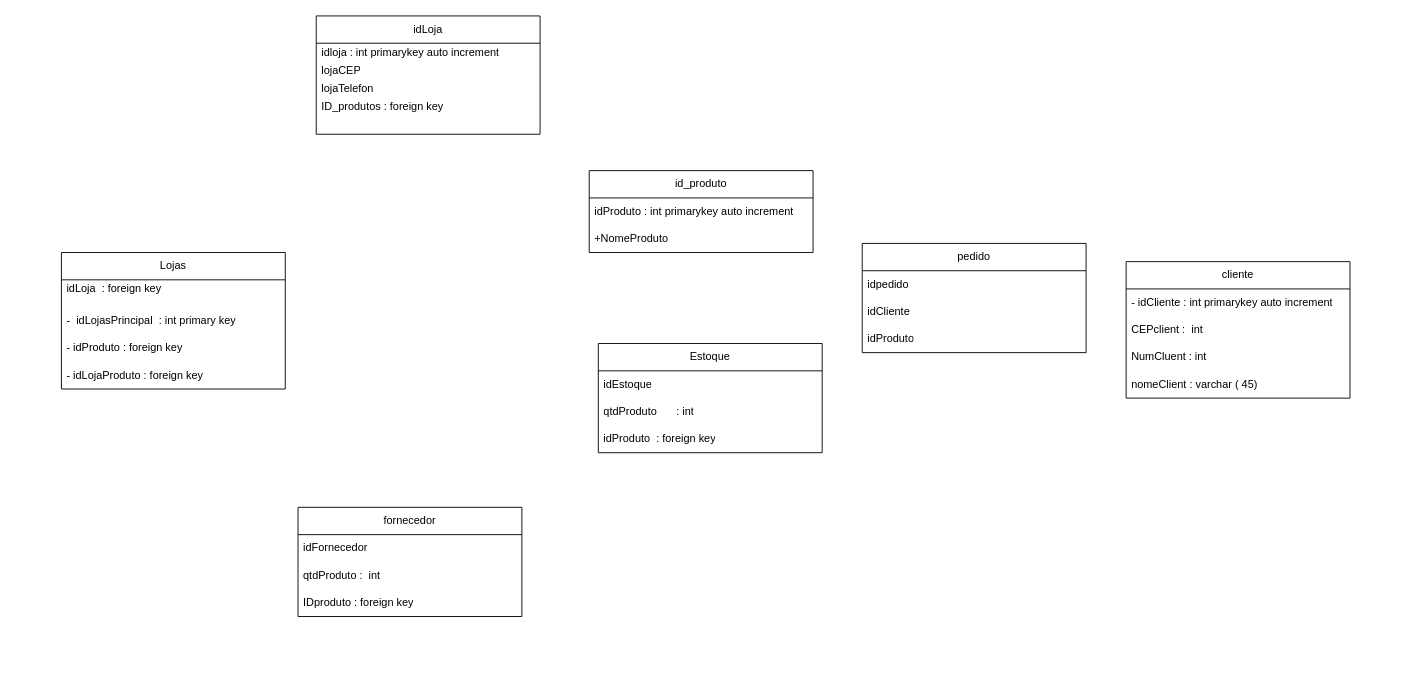
The draw.io diagram Diagrama sem nome.drawio in yNume/Draw.io2, before the edit. Source tidied: cells renumbered, new cells numbered last; positions are measured from the earlier drawing's top-left corner, leaving out a move shared by most shapes. Both pictures are drawn from the tidied source at 91%, with x=0, y=0 at pixel (61, 15).
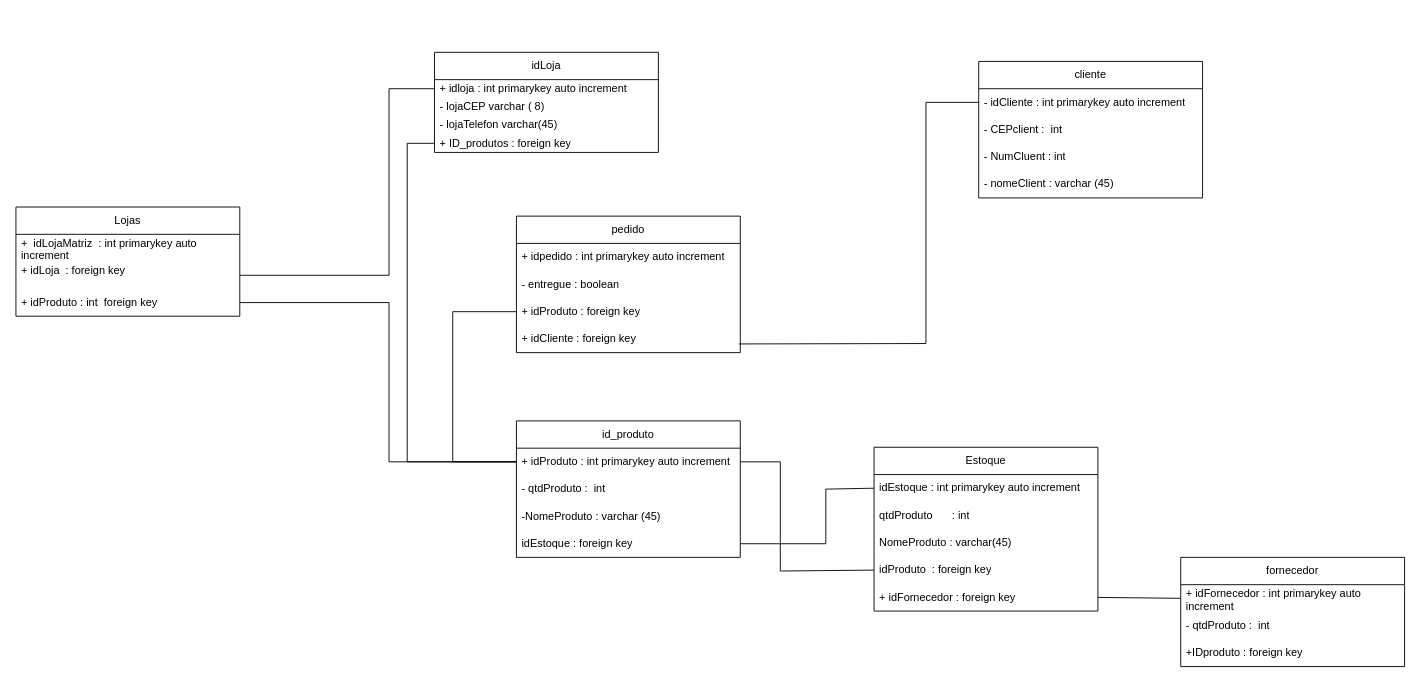
The same diagram, later.

Unchanged cells that the change refers to:
```xml
<mxCell id="21" value="- idCliente : int primarykey auto increment" style="text;strokeColor=none;fillColor=none;align=left;verticalAlign=middle;spacingLeft=4;spacingRight=4;overflow=hidden;points=[[0,0.5],[1,0.5]];portConstraint=eastwest;whiteSpace=wrap;html=1;" parent="20" vertex="1">
  <mxGeometry y="30" width="246" height="30" as="geometry" />
</mxCell>
```

The edit, as a diff of the source:
```diff
@@
     <mxCell id="2" value="Lojas" style="swimlane;fontStyle=0;horizontal=1;startSize=30;whiteSpace=wrap;html=1;" parent="1" vertex="1">
-      <mxGeometry y="260" width="246" height="150" as="geometry" />
+      <mxGeometry x="-50" y="210" width="246" height="120" as="geometry" />
     </mxCell>
+    <mxCell id="4" value="+&amp;nbsp; idLojaMatriz&amp;nbsp; : int primarykey auto increment" style="text;strokeColor=none;fillColor=none;align=left;verticalAlign=middle;spacingLeft=4;spacingRight=4;overflow=hidden;whiteSpace=wrap;html=1;" parent="2" vertex="1">
+      <mxGeometry y="30" width="246" height="30" as="geometry" />
+    </mxCell>
-    <mxCell id="3" value="idLoja&amp;nbsp; : foreign key&amp;nbsp;&lt;div&gt;&amp;nbsp;&lt;/div&gt;" style="text;strokeColor=none;fillColor=none;align=left;verticalAlign=middle;spacingLeft=4;spacingRight=4;overflow=hidden;points=[[0,0.5],[1,0.5]];portConstraint=eastwest;whiteSpace=wrap;html=1;" parent="2" vertex="1">
-      <mxGeometry y="30" width="246" height="30" as="geometry" />
+    <mxCell id="3" value="+ idLoja&amp;nbsp; : foreign key&amp;nbsp;&lt;div&gt;&amp;nbsp;&lt;/div&gt;" style="text;strokeColor=none;fillColor=none;align=left;verticalAlign=middle;spacingLeft=4;spacingRight=4;overflow=hidden;points=[[0,0.5],[1,0.5]];portConstraint=eastwest;whiteSpace=wrap;html=1;" parent="2" vertex="1">
+      <mxGeometry y="60" width="246" height="30" as="geometry" />
     </mxCell>
-    <mxCell id="4" value="-&amp;nbsp; idLojasPrincipal&amp;nbsp; : int primary key" style="text;strokeColor=none;fillColor=none;align=left;verticalAlign=middle;spacingLeft=4;spacingRight=4;overflow=hidden;whiteSpace=wrap;html=1;" parent="2" vertex="1">
-      <mxGeometry y="60" width="246" height="30" as="geometry" />
-    </mxCell>
-    <mxCell id="5" value="&lt;div&gt;&lt;span style=&quot;background-color: initial;&quot;&gt;- idProduto :&amp;nbsp;&lt;/span&gt;&lt;span style=&quot;background-color: initial;&quot;&gt;foreign key&lt;/span&gt;&lt;br&gt;&lt;/div&gt;" style="text;strokeColor=none;fillColor=none;align=left;verticalAlign=middle;spacingLeft=4;spacingRight=4;overflow=hidden;points=[[0,0.5],[1,0.5]];portConstraint=eastwest;whiteSpace=wrap;html=1;" parent="2" vertex="1">
+    <mxCell id="5" value="&lt;div&gt;&lt;span style=&quot;background-color: initial;&quot;&gt;+ idProduto : int&amp;nbsp;&amp;nbsp;&lt;/span&gt;&lt;span style=&quot;background-color: initial;&quot;&gt;foreign key&lt;/span&gt;&lt;br&gt;&lt;/div&gt;" style="text;strokeColor=none;fillColor=none;align=left;verticalAlign=middle;spacingLeft=4;spacingRight=4;overflow=hidden;points=[[0,0.5],[1,0.5]];portConstraint=eastwest;whiteSpace=wrap;html=1;" parent="2" vertex="1">
       <mxGeometry y="90" width="246" height="30" as="geometry" />
     </mxCell>
-    <mxCell id="6" value="- idLojaProduto : foreign key" style="text;strokeColor=none;fillColor=none;align=left;verticalAlign=middle;spacingLeft=4;spacingRight=4;overflow=hidden;whiteSpace=wrap;html=1;" parent="2" vertex="1">
-      <mxGeometry y="120" width="246" height="30" as="geometry" />
-    </mxCell>
     <mxCell id="7" value="idLoja" style="swimlane;fontStyle=0;horizontal=1;startSize=30;whiteSpace=wrap;html=1;" parent="1" vertex="1">
-      <mxGeometry x="280" width="246" height="130" as="geometry" />
+      <mxGeometry x="410" y="40" width="246" height="110" as="geometry" />
     </mxCell>
-    <mxCell id="8" value="idloja : int primarykey auto increment" style="text;strokeColor=none;fillColor=none;align=left;verticalAlign=middle;spacingLeft=4;spacingRight=4;overflow=hidden;points=[[0,0.5],[1,0.5]];portConstraint=eastwest;whiteSpace=wrap;html=1;" parent="7" vertex="1">
+    <mxCell id="8" value="+ idloja : int primarykey auto increment" style="text;strokeColor=none;fillColor=none;align=left;verticalAlign=middle;spacingLeft=4;spacingRight=4;overflow=hidden;points=[[0,0.5],[1,0.5]];portConstraint=eastwest;whiteSpace=wrap;html=1;" parent="7" vertex="1">
       <mxGeometry y="30" width="246" height="20" as="geometry" />
     </mxCell>
-    <mxCell id="9" value="lojaCEP" style="text;strokeColor=none;fillColor=none;align=left;verticalAlign=middle;spacingLeft=4;spacingRight=4;overflow=hidden;whiteSpace=wrap;html=1;" parent="7" vertex="1">
+    <mxCell id="9" value="- lojaCEP varchar ( 8)" style="text;strokeColor=none;fillColor=none;align=left;verticalAlign=middle;spacingLeft=4;spacingRight=4;overflow=hidden;whiteSpace=wrap;html=1;" parent="7" vertex="1">
       <mxGeometry y="50" width="246" height="20" as="geometry" />
     </mxCell>
-    <mxCell id="10" value="lojaTelefon" style="text;strokeColor=none;fillColor=none;align=left;verticalAlign=middle;spacingLeft=4;spacingRight=4;overflow=hidden;whiteSpace=wrap;html=1;" parent="7" vertex="1">
+    <mxCell id="10" value="- lojaTelefon varchar(45)" style="text;strokeColor=none;fillColor=none;align=left;verticalAlign=middle;spacingLeft=4;spacingRight=4;overflow=hidden;whiteSpace=wrap;html=1;" parent="7" vertex="1">
       <mxGeometry y="70" width="246" height="20" as="geometry" />
     </mxCell>
-    <mxCell id="11" value="ID_produtos : foreign key" style="text;strokeColor=none;fillColor=none;align=left;verticalAlign=middle;spacingLeft=4;spacingRight=4;overflow=hidden;points=[[0,0.5],[1,0.5]];portConstraint=eastwest;whiteSpace=wrap;html=1;" parent="7" vertex="1">
+    <mxCell id="11" value="+ ID_produtos : foreign key" style="text;strokeColor=none;fillColor=none;align=left;verticalAlign=middle;spacingLeft=4;spacingRight=4;overflow=hidden;points=[[0,0.5],[1,0.5]];portConstraint=eastwest;whiteSpace=wrap;html=1;" parent="7" vertex="1">
       <mxGeometry y="90" width="246" height="20" as="geometry" />
     </mxCell>
-    <mxCell id="12" style="text;strokeColor=none;fillColor=none;align=left;verticalAlign=middle;spacingLeft=4;spacingRight=4;overflow=hidden;whiteSpace=wrap;html=1;" parent="7" vertex="1">
-      <mxGeometry y="110" width="246" height="20" as="geometry" />
-    </mxCell>
     <mxCell id="13" value="id_produto" style="swimlane;fontStyle=0;horizontal=1;startSize=30;whiteSpace=wrap;html=1;" parent="1" vertex="1">
-      <mxGeometry x="580" y="170" width="246" height="90" as="geometry" />
+      <mxGeometry x="500" y="445" width="246" height="150" as="geometry" />
     </mxCell>
-    <mxCell id="14" value="idProduto : int primarykey auto increment" style="text;strokeColor=none;fillColor=none;align=left;verticalAlign=middle;spacingLeft=4;spacingRight=4;overflow=hidden;points=[[0,0.5],[1,0.5]];portConstraint=eastwest;whiteSpace=wrap;html=1;" parent="13" vertex="1">
+    <mxCell id="14" value="+ idProduto : int primarykey auto increment" style="text;strokeColor=none;fillColor=none;align=left;verticalAlign=middle;spacingLeft=4;spacingRight=4;overflow=hidden;points=[[0,0.5],[1,0.5]];portConstraint=eastwest;whiteSpace=wrap;html=1;" parent="13" vertex="1">
       <mxGeometry y="30" width="246" height="30" as="geometry" />
     </mxCell>
+    <mxCell id="33" value="- qtdProduto :&amp;nbsp; int" style="text;strokeColor=none;fillColor=none;align=left;verticalAlign=middle;spacingLeft=4;spacingRight=4;overflow=hidden;whiteSpace=wrap;html=1;" parent="13" vertex="1">
+      <mxGeometry y="60" width="246" height="30" as="geometry" />
+    </mxCell>
-    <mxCell id="15" value="+NomeProduto" style="text;strokeColor=none;fillColor=none;align=left;verticalAlign=middle;spacingLeft=4;spacingRight=4;overflow=hidden;whiteSpace=wrap;html=1;" parent="13" vertex="1">
-      <mxGeometry y="60" width="246" height="30" as="geometry" />
+    <mxCell id="15" value="-NomeProduto : varchar (45)" style="text;strokeColor=none;fillColor=none;align=left;verticalAlign=middle;spacingLeft=4;spacingRight=4;overflow=hidden;whiteSpace=wrap;html=1;" parent="13" vertex="1">
+      <mxGeometry y="90" width="246" height="30" as="geometry" />
     </mxCell>
+    <mxCell id="34" value="idEstoque : foreign key" style="text;strokeColor=none;fillColor=none;align=left;verticalAlign=middle;spacingLeft=4;spacingRight=4;overflow=hidden;points=[[0,0.5],[1,0.5]];portConstraint=eastwest;whiteSpace=wrap;html=1;" parent="13" vertex="1">
+      <mxGeometry y="120" width="246" height="30" as="geometry" />
+    </mxCell>
     <mxCell id="16" value="pedido" style="swimlane;fontStyle=0;horizontal=1;startSize=30;whiteSpace=wrap;html=1;" parent="1" vertex="1">
-      <mxGeometry x="880" y="250" width="246" height="120" as="geometry" />
+      <mxGeometry x="500" y="220" width="246" height="150" as="geometry" />
     </mxCell>
-    <mxCell id="17" value="idpedido" style="text;strokeColor=none;fillColor=none;align=left;verticalAlign=middle;spacingLeft=4;spacingRight=4;overflow=hidden;whiteSpace=wrap;html=1;" parent="16" vertex="1">
+    <mxCell id="17" value="+ idpedido : int primarykey auto increment" style="text;strokeColor=none;fillColor=none;align=left;verticalAlign=middle;spacingLeft=4;spacingRight=4;overflow=hidden;whiteSpace=wrap;html=1;" parent="16" vertex="1">
       <mxGeometry y="30" width="246" height="30" as="geometry" />
     </mxCell>
+    <mxCell id="35" value="- entregue : boolean" style="text;strokeColor=none;fillColor=none;align=left;verticalAlign=middle;spacingLeft=4;spacingRight=4;overflow=hidden;whiteSpace=wrap;html=1;" parent="16" vertex="1">
+      <mxGeometry y="60" width="246" height="30" as="geometry" />
+    </mxCell>
+    <mxCell id="19" value="+ idProduto : foreign key" style="text;strokeColor=none;fillColor=none;align=left;verticalAlign=middle;spacingLeft=4;spacingRight=4;overflow=hidden;points=[[0,0.5],[1,0.5]];portConstraint=eastwest;whiteSpace=wrap;html=1;" parent="16" vertex="1">
+      <mxGeometry y="90" width="246" height="30" as="geometry" />
+    </mxCell>
-    <mxCell id="18" value="idCliente" style="text;strokeColor=none;fillColor=none;align=left;verticalAlign=middle;spacingLeft=4;spacingRight=4;overflow=hidden;points=[[0,0.5],[1,0.5]];portConstraint=eastwest;whiteSpace=wrap;html=1;" parent="16" vertex="1">
-      <mxGeometry y="60" width="246" height="30" as="geometry" />
+    <mxCell id="18" value="+ idCliente : foreign key" style="text;strokeColor=none;fillColor=none;align=left;verticalAlign=middle;spacingLeft=4;spacingRight=4;overflow=hidden;points=[[0,0.5],[1,0.5]];portConstraint=eastwest;whiteSpace=wrap;html=1;" parent="16" vertex="1">
+      <mxGeometry y="120" width="246" height="30" as="geometry" />
     </mxCell>
-    <mxCell id="19" value="idProduto" style="text;strokeColor=none;fillColor=none;align=left;verticalAlign=middle;spacingLeft=4;spacingRight=4;overflow=hidden;points=[[0,0.5],[1,0.5]];portConstraint=eastwest;whiteSpace=wrap;html=1;" parent="16" vertex="1">
-      <mxGeometry y="90" width="246" height="30" as="geometry" />
-    </mxCell>
     <mxCell id="20" value="cliente" style="swimlane;fontStyle=0;horizontal=1;startSize=30;whiteSpace=wrap;html=1;" parent="1" vertex="1">
-      <mxGeometry x="1170" y="270" width="246" height="150" as="geometry" />
+      <mxGeometry x="1008" y="50" width="246" height="150" as="geometry" />
     </mxCell>
@@
-    <mxCell id="22" value="CEPclient :&amp;nbsp; int&amp;nbsp;" style="text;strokeColor=none;fillColor=none;align=left;verticalAlign=middle;spacingLeft=4;spacingRight=4;overflow=hidden;whiteSpace=wrap;html=1;" parent="20" vertex="1">
+    <mxCell id="22" value="- CEPclient :&amp;nbsp; int&amp;nbsp;" style="text;strokeColor=none;fillColor=none;align=left;verticalAlign=middle;spacingLeft=4;spacingRight=4;overflow=hidden;whiteSpace=wrap;html=1;" parent="20" vertex="1">
       <mxGeometry y="60" width="246" height="30" as="geometry" />
     </mxCell>
-    <mxCell id="23" value="NumCluent : int" style="text;strokeColor=none;fillColor=none;align=left;verticalAlign=middle;spacingLeft=4;spacingRight=4;overflow=hidden;whiteSpace=wrap;html=1;" parent="20" vertex="1">
+    <mxCell id="23" value="- NumCluent : int" style="text;strokeColor=none;fillColor=none;align=left;verticalAlign=middle;spacingLeft=4;spacingRight=4;overflow=hidden;whiteSpace=wrap;html=1;" parent="20" vertex="1">
       <mxGeometry y="90" width="246" height="30" as="geometry" />
     </mxCell>
-    <mxCell id="24" value="nomeClient : varchar ( 45)" style="text;strokeColor=none;fillColor=none;align=left;verticalAlign=middle;spacingLeft=4;spacingRight=4;overflow=hidden;whiteSpace=wrap;html=1;" parent="20" vertex="1">
+    <mxCell id="24" value="- nomeClient : varchar (45)" style="text;strokeColor=none;fillColor=none;align=left;verticalAlign=middle;spacingLeft=4;spacingRight=4;overflow=hidden;whiteSpace=wrap;html=1;" parent="20" vertex="1">
       <mxGeometry y="120" width="246" height="30" as="geometry" />
     </mxCell>
     <mxCell id="25" value="fornecedor" style="swimlane;fontStyle=0;horizontal=1;startSize=30;whiteSpace=wrap;html=1;" parent="1" vertex="1">
-      <mxGeometry x="260" y="540" width="246" height="120" as="geometry" />
+      <mxGeometry x="1230" y="595" width="246" height="120" as="geometry" />
     </mxCell>
-    <mxCell id="26" value="idFornecedor" style="text;strokeColor=none;fillColor=none;align=left;verticalAlign=middle;spacingLeft=4;spacingRight=4;overflow=hidden;points=[[0,0.5],[1,0.5]];portConstraint=eastwest;whiteSpace=wrap;html=1;" parent="25" vertex="1">
+    <mxCell id="26" value="+ idFornecedor : int primarykey auto increment" style="text;strokeColor=none;fillColor=none;align=left;verticalAlign=middle;spacingLeft=4;spacingRight=4;overflow=hidden;points=[[0,0.5],[1,0.5]];portConstraint=eastwest;whiteSpace=wrap;html=1;" parent="25" vertex="1">
       <mxGeometry y="30" width="246" height="30" as="geometry" />
     </mxCell>
-    <mxCell id="27" value="qtdProduto :&amp;nbsp; int" style="text;strokeColor=none;fillColor=none;align=left;verticalAlign=middle;spacingLeft=4;spacingRight=4;overflow=hidden;whiteSpace=wrap;html=1;" parent="25" vertex="1">
+    <mxCell id="27" value="- qtdProduto :&amp;nbsp; int" style="text;strokeColor=none;fillColor=none;align=left;verticalAlign=middle;spacingLeft=4;spacingRight=4;overflow=hidden;whiteSpace=wrap;html=1;" parent="25" vertex="1">
       <mxGeometry y="60" width="246" height="30" as="geometry" />
     </mxCell>
-    <mxCell id="28" value="IDproduto : foreign key" style="text;strokeColor=none;fillColor=none;align=left;verticalAlign=middle;spacingLeft=4;spacingRight=4;overflow=hidden;whiteSpace=wrap;html=1;" parent="25" vertex="1">
+    <mxCell id="28" value="+IDproduto : foreign key" style="text;strokeColor=none;fillColor=none;align=left;verticalAlign=middle;spacingLeft=4;spacingRight=4;overflow=hidden;whiteSpace=wrap;html=1;" parent="25" vertex="1">
       <mxGeometry y="90" width="246" height="30" as="geometry" />
     </mxCell>
     <mxCell id="29" value="Estoque" style="swimlane;fontStyle=0;horizontal=1;startSize=30;whiteSpace=wrap;html=1;" parent="1" vertex="1">
-      <mxGeometry x="590" y="360" width="246" height="120" as="geometry" />
+      <mxGeometry x="893" y="474" width="246" height="180" as="geometry" />
     </mxCell>
-    <mxCell id="30" value="idEstoque" style="text;strokeColor=none;fillColor=none;align=left;verticalAlign=middle;spacingLeft=4;spacingRight=4;overflow=hidden;points=[[0,0.5],[1,0.5]];portConstraint=eastwest;whiteSpace=wrap;html=1;" parent="29" vertex="1">
+    <mxCell id="30" value="idEstoque : int primarykey auto increment" style="text;strokeColor=none;fillColor=none;align=left;verticalAlign=middle;spacingLeft=4;spacingRight=4;overflow=hidden;points=[[0,0.5],[1,0.5]];portConstraint=eastwest;whiteSpace=wrap;html=1;" parent="29" vertex="1">
       <mxGeometry y="30" width="246" height="30" as="geometry" />
     </mxCell>
@@
+    <mxCell id="36" value="NomeProduto : varchar(45)" style="text;strokeColor=none;fillColor=none;align=left;verticalAlign=middle;spacingLeft=4;spacingRight=4;overflow=hidden;whiteSpace=wrap;html=1;" parent="29" vertex="1">
+      <mxGeometry y="90" width="246" height="30" as="geometry" />
+    </mxCell>
     <mxCell id="32" value="idProduto&amp;nbsp; : foreign key" style="text;strokeColor=none;fillColor=none;align=left;verticalAlign=middle;spacingLeft=4;spacingRight=4;overflow=hidden;points=[[0,0.5],[1,0.5]];portConstraint=eastwest;whiteSpace=wrap;html=1;" parent="29" vertex="1">
-      <mxGeometry y="90" width="246" height="30" as="geometry" />
+      <mxGeometry y="120" width="246" height="30" as="geometry" />
     </mxCell>
+    <mxCell id="37" value="+ idFornecedor : foreign key" style="text;strokeColor=none;fillColor=none;align=left;verticalAlign=middle;spacingLeft=4;spacingRight=4;overflow=hidden;points=[[0,0.5],[1,0.5]];portConstraint=eastwest;whiteSpace=wrap;html=1;" parent="29" vertex="1">
+      <mxGeometry y="150" width="246" height="30" as="geometry" />
+    </mxCell>
+    <mxCell id="38" style="endArrow=none;html=1;rounded=0;exitX=1;exitY=0.5;exitDx=0;exitDy=0;entryX=0;entryY=0.5;entryDx=0;entryDy=0;" parent="1" edge="1" source="5" target="14">
+      <mxGeometry relative="1" as="geometry">
+        <Array as="points">
+          <mxPoint x="360" y="315" />
+          <mxPoint x="360" y="490" />
+        </Array>
+      </mxGeometry>
+    </mxCell>
+    <mxCell id="39" style="endArrow=none;html=1;rounded=0;exitX=1;exitY=0.5;exitDx=0;exitDy=0;entryX=0;entryY=0.5;entryDx=0;entryDy=0;" parent="1" edge="1" source="3" target="8">
+      <mxGeometry relative="1" as="geometry">
+        <Array as="points">
+          <mxPoint x="360" y="285" />
+          <mxPoint x="360" y="80" />
+        </Array>
+      </mxGeometry>
+    </mxCell>
+    <mxCell id="40" style="endArrow=none;html=1;rounded=0;entryX=0;entryY=0.5;entryDx=0;entryDy=0;exitX=0;exitY=0.5;exitDx=0;exitDy=0;" parent="1" edge="1" source="14" target="11">
+      <mxGeometry relative="1" as="geometry">
+        <Array as="points">
+          <mxPoint x="380" y="490" />
+          <mxPoint x="380" y="140" />
+        </Array>
+      </mxGeometry>
+    </mxCell>
+    <mxCell id="41" style="endArrow=none;html=1;rounded=0;entryX=0;entryY=0.5;entryDx=0;entryDy=0;exitX=0;exitY=0.5;exitDx=0;exitDy=0;" parent="1" edge="1" source="14" target="19">
+      <mxGeometry relative="1" as="geometry">
+        <Array as="points">
+          <mxPoint x="430" y="490" />
+          <mxPoint x="430" y="325" />
+        </Array>
+      </mxGeometry>
+    </mxCell>
+    <mxCell id="42" style="endArrow=none;html=1;rounded=0;exitX=0.993;exitY=0.682;exitDx=0;exitDy=0;exitPerimeter=0;entryX=0;entryY=0.5;entryDx=0;entryDy=0;" parent="1" edge="1" source="18" target="21">
+      <mxGeometry relative="1" as="geometry">
+        <Array as="points">
+          <mxPoint x="950" y="360" />
+          <mxPoint x="950" y="95" />
+        </Array>
+      </mxGeometry>
+    </mxCell>
+    <mxCell id="43" style="endArrow=none;html=1;rounded=0;exitX=1;exitY=0.5;exitDx=0;exitDy=0;entryX=0;entryY=0.5;entryDx=0;entryDy=0;" parent="1" edge="1" source="34" target="30">
+      <mxGeometry relative="1" as="geometry">
+        <Array as="points">
+          <mxPoint x="840" y="580" />
+          <mxPoint x="840" y="520" />
+        </Array>
+      </mxGeometry>
+    </mxCell>
+    <mxCell id="44" style="endArrow=none;html=1;rounded=0;exitX=1;exitY=0.5;exitDx=0;exitDy=0;entryX=0;entryY=0.5;entryDx=0;entryDy=0;" parent="1" edge="1" source="37" target="26">
+      <mxGeometry relative="1" as="geometry" />
+    </mxCell>
+    <mxCell id="45" style="endArrow=none;html=1;rounded=0;exitX=1;exitY=0.5;exitDx=0;exitDy=0;entryX=0;entryY=0.5;entryDx=0;entryDy=0;" parent="1" edge="1" source="14" target="32">
+      <mxGeometry relative="1" as="geometry">
+        <Array as="points">
+          <mxPoint x="790" y="490" />
+          <mxPoint x="790" y="610" />
+        </Array>
+      </mxGeometry>
+    </mxCell>
```
